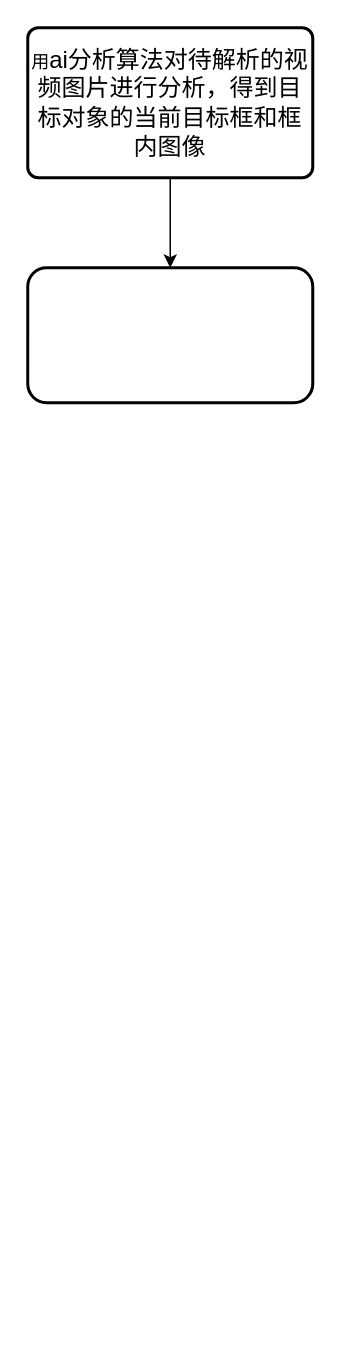
tanfeng1987/webrtc-java keeps this draw.io diagram as 未命名绘图.drawio. Above is the earlier version. Source tidied: cells renumbered, new cells numbered last; positions are measured from the earlier drawing's top-left corner, leaving out a move shared by most shapes. Both pictures are drawn from the tidied source at 150%, with x=0, y=0 at pixel (27, 27).
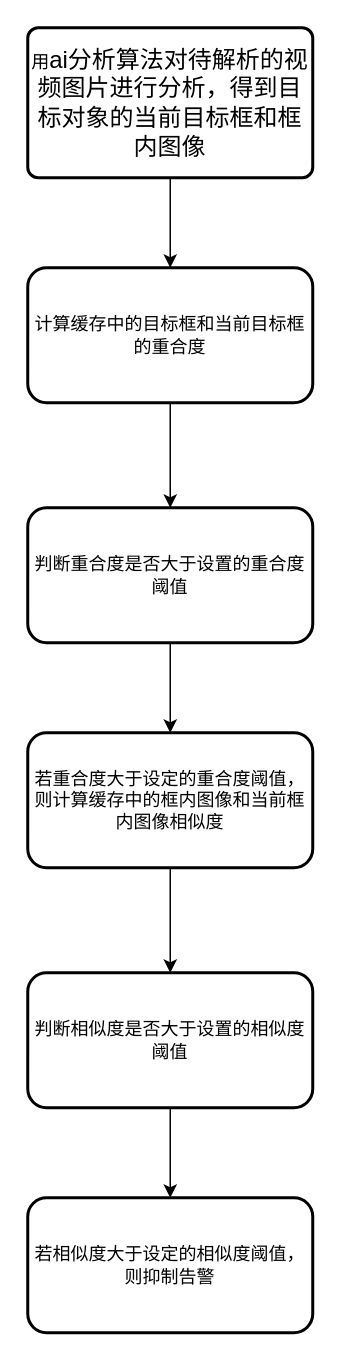
After the change.

Commit message (it also covers changes not shown here):
更新未命名绘图.drawio

The edit, as a diff of the source:
```diff
@@
 <mxGraphModel>
   <root>
     <mxCell id="0" />
     <mxCell id="1" parent="0" />
     <mxCell id="2" style="edgeStyle=orthogonalEdgeStyle;rounded=0;jettySize=auto;html=1;" parent="1" edge="1" source="3" target="4">
       <mxGeometry relative="1" as="geometry" />
     </mxCell>
     <mxCell id="3" value="用&lt;span style=&quot;font-size:12.0pt;font-family:&amp;quot;Calibri&amp;quot;,sans-serif;mso-ascii-theme-font:&lt;br/&gt;minor-latin;mso-fareast-font-family:宋体;mso-fareast-theme-font:minor-fareast;&lt;br/&gt;mso-hansi-theme-font:minor-latin;mso-bidi-font-family:&amp;quot;Times New Roman&amp;quot;;&lt;br/&gt;mso-bidi-theme-font:minor-bidi;mso-ansi-language:EN-US;mso-fareast-language:&lt;br/&gt;ZH-CN;mso-bidi-language:AR-SA&quot; lang=&quot;EN-US&quot;&gt;ai&lt;/span&gt;&lt;span style=&quot;font-size:12.0pt;&lt;br/&gt;font-family:宋体;mso-ascii-font-family:Calibri;mso-ascii-theme-font:minor-latin;&lt;br/&gt;mso-fareast-theme-font:minor-fareast;mso-hansi-font-family:Calibri;mso-hansi-theme-font:&lt;br/&gt;minor-latin;mso-bidi-font-family:&amp;quot;Times New Roman&amp;quot;;mso-bidi-theme-font:minor-bidi;&lt;br/&gt;mso-ansi-language:EN-US;mso-fareast-language:ZH-CN;mso-bidi-language:AR-SA&quot;&gt;分析算法对待解析的视频图片进行分析，得到目标对象的当前目标框和框内图像&lt;/span&gt;" style="rounded=1;whiteSpace=wrap;html=1;absoluteArcSize=1;arcSize=14;strokeWidth=2;" parent="1" vertex="1">
       <mxGeometry width="190" height="100" as="geometry" />
     </mxCell>
+    <mxCell id="5" style="edgeStyle=orthogonalEdgeStyle;rounded=0;jettySize=auto;html=1;" parent="1" edge="1" source="4" target="7">
+      <mxGeometry relative="1" as="geometry" />
+    </mxCell>
-    <mxCell id="4" style="whiteSpace=wrap;html=1;rounded=1;arcSize=14;strokeWidth=2;" parent="1" vertex="1">
+    <mxCell id="4" value="计算缓存中的目标框和当前目标框的重合度" style="whiteSpace=wrap;html=1;rounded=1;arcSize=14;strokeWidth=2;" parent="1" vertex="1">
       <mxGeometry y="160" width="190" height="90" as="geometry" />
     </mxCell>
+    <mxCell id="6" style="edgeStyle=orthogonalEdgeStyle;rounded=0;jettySize=auto;html=1;" parent="1" edge="1" source="7" target="9">
+      <mxGeometry relative="1" as="geometry" />
+    </mxCell>
+    <mxCell id="7" value="判断重合度是否大于设置的重合度阈值" style="whiteSpace=wrap;html=1;rounded=1;arcSize=14;strokeWidth=2;" parent="1" vertex="1">
+      <mxGeometry y="320" width="190" height="90" as="geometry" />
+    </mxCell>
+    <mxCell id="8" style="edgeStyle=orthogonalEdgeStyle;rounded=0;jettySize=auto;html=1;" parent="1" edge="1" source="9" target="11">
+      <mxGeometry relative="1" as="geometry" />
+    </mxCell>
+    <mxCell id="9" value="若重合度大于设定的重合度阈值，则计算缓存中的框内图像和当前框内图像相似度" style="whiteSpace=wrap;html=1;rounded=1;arcSize=14;strokeWidth=2;" parent="1" vertex="1">
+      <mxGeometry y="470" width="190" height="90" as="geometry" />
+    </mxCell>
+    <mxCell id="10" style="edgeStyle=orthogonalEdgeStyle;rounded=0;jettySize=auto;html=1;" parent="1" edge="1" source="11" target="12">
+      <mxGeometry relative="1" as="geometry" />
+    </mxCell>
+    <mxCell id="11" value="判断相似度是否大于设置的相似度阈值" style="whiteSpace=wrap;html=1;rounded=1;arcSize=14;strokeWidth=2;" parent="1" vertex="1">
+      <mxGeometry y="630" width="190" height="90" as="geometry" />
+    </mxCell>
+    <mxCell id="12" value="若相似度大于设定的相似度阈值，则抑制告警" style="whiteSpace=wrap;html=1;rounded=1;arcSize=14;strokeWidth=2;" parent="1" vertex="1">
+      <mxGeometry y="780" width="190" height="90" as="geometry" />
+    </mxCell>
   </root>
 </mxGraphModel>
```
